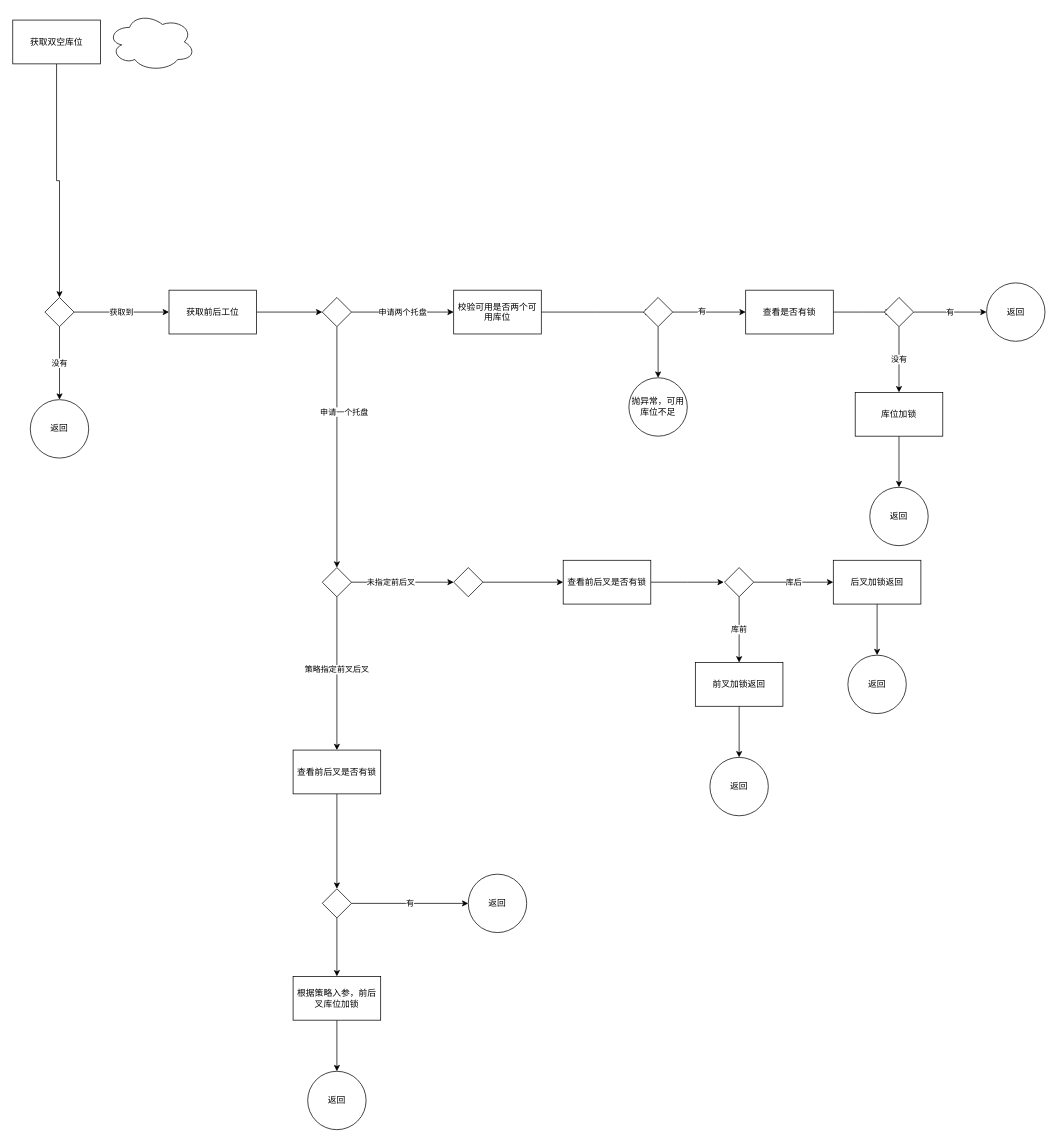
Earlier version of the draw.io diagram 默认空托双工入库策略.drawio (chenjunx/designpattern). Source tidied: cells renumbered, new cells numbered last; positions are measured from the earlier drawing's top-left corner, leaving out a move shared by most shapes. Both pictures are drawn from the tidied source at 73%, with x=0, y=0 at pixel (12, 12).
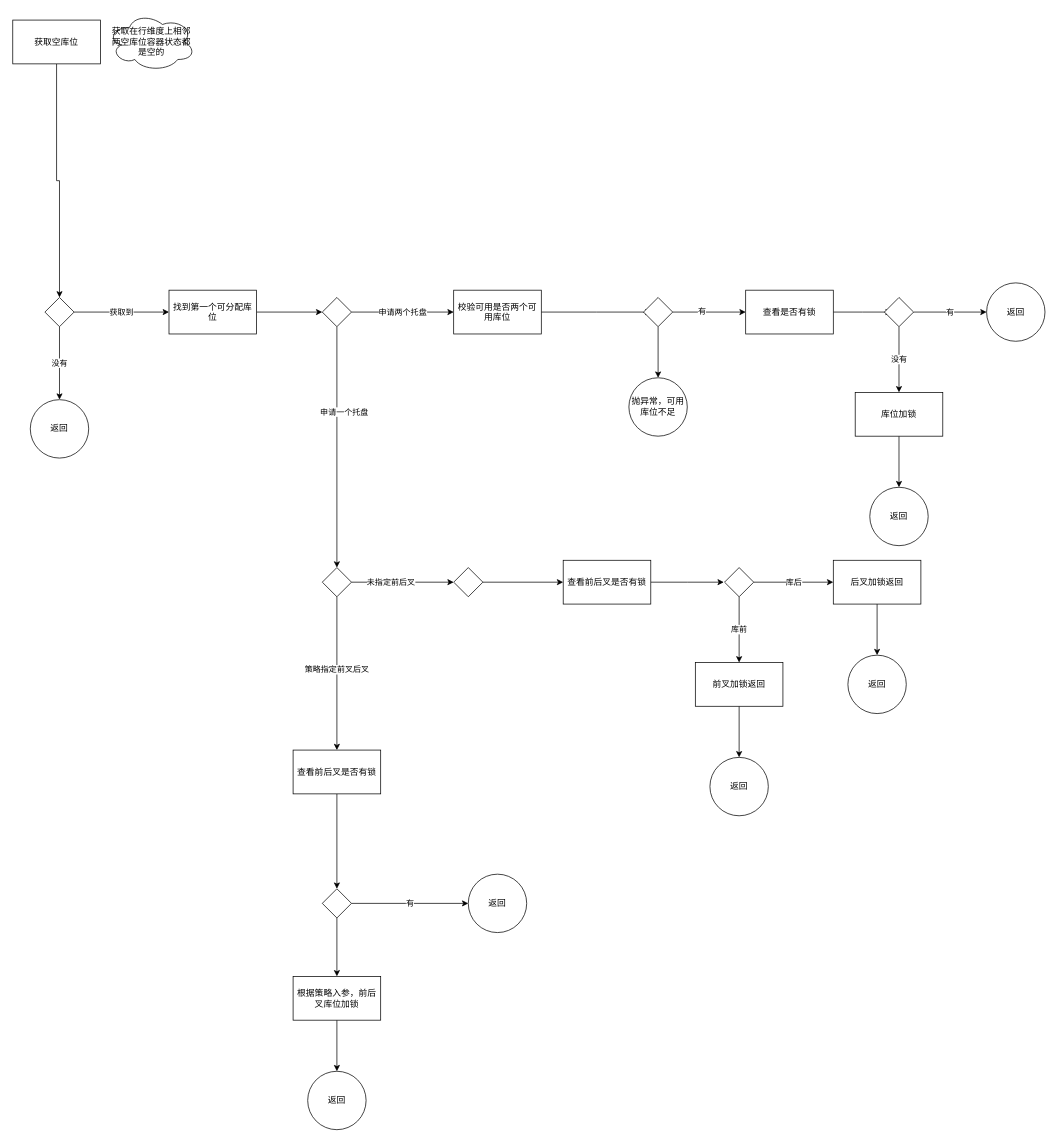
Above is the later version.

Commit message:
更新默认空托双工入库策略.drawio

What changed in the source:
```diff
@@
-    <mxCell id="3" value="获取双空库位" style="whiteSpace=wrap;html=1;rounded=0;" parent="1" vertex="1">
+    <mxCell id="3" value="获取空库位" style="whiteSpace=wrap;html=1;rounded=0;" parent="1" vertex="1">
       <mxGeometry y="10" width="120" height="60" as="geometry" />
     </mxCell>
@@
-    <mxCell id="8" value="获取前后工位" style="whiteSpace=wrap;html=1;rounded=0;" parent="1" vertex="1">
+    <mxCell id="8" value="找到第一个可分配库位" style="whiteSpace=wrap;html=1;rounded=0;" parent="1" vertex="1">
       <mxGeometry x="214" y="380" width="120" height="60" as="geometry" />
     </mxCell>
@@
-    <mxCell id="56" style="ellipse;shape=cloud;whiteSpace=wrap;html=1;" parent="1" vertex="1">
+    <mxCell id="56" value="获取在行维度上相邻两空库位容器状态都是空的" style="ellipse;shape=cloud;whiteSpace=wrap;html=1;" parent="1" vertex="1">
       <mxGeometry x="130" width="120" height="80" as="geometry" />
     </mxCell>
```
